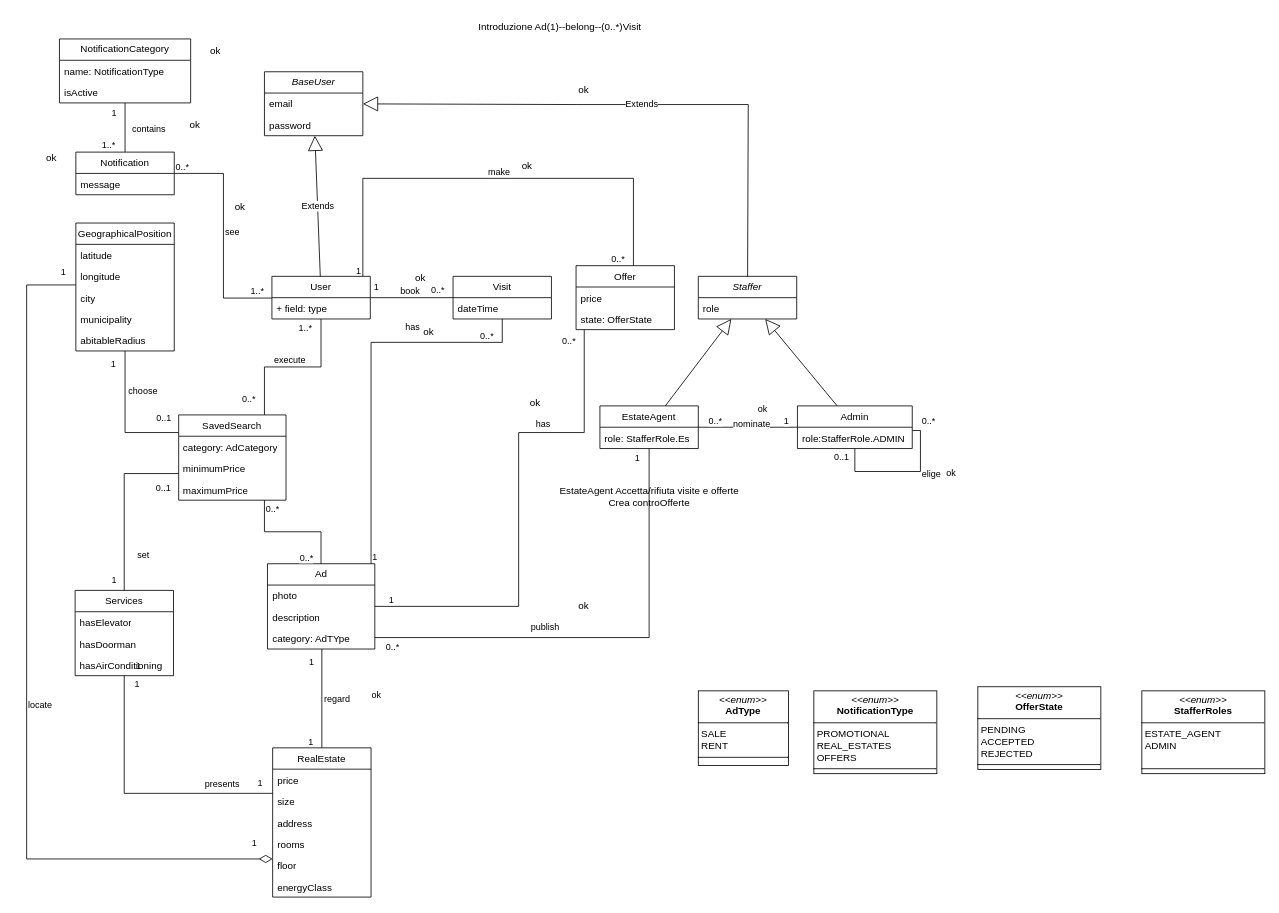
Above: page "DomainModelUltimate" (4 of 4) of documentazione/Diagrammi/diagrammi.drawio in PSP-DietiEstates25/DietiEstates25 (draw.io), before the change. Source tidied: cells renumbered, new cells numbered last; positions are measured from the earlier drawing's top-left corner, leaving out a move shared by most shapes. Both pictures are drawn from the tidied source at 82%, with x=0, y=0 at pixel (26, 14).
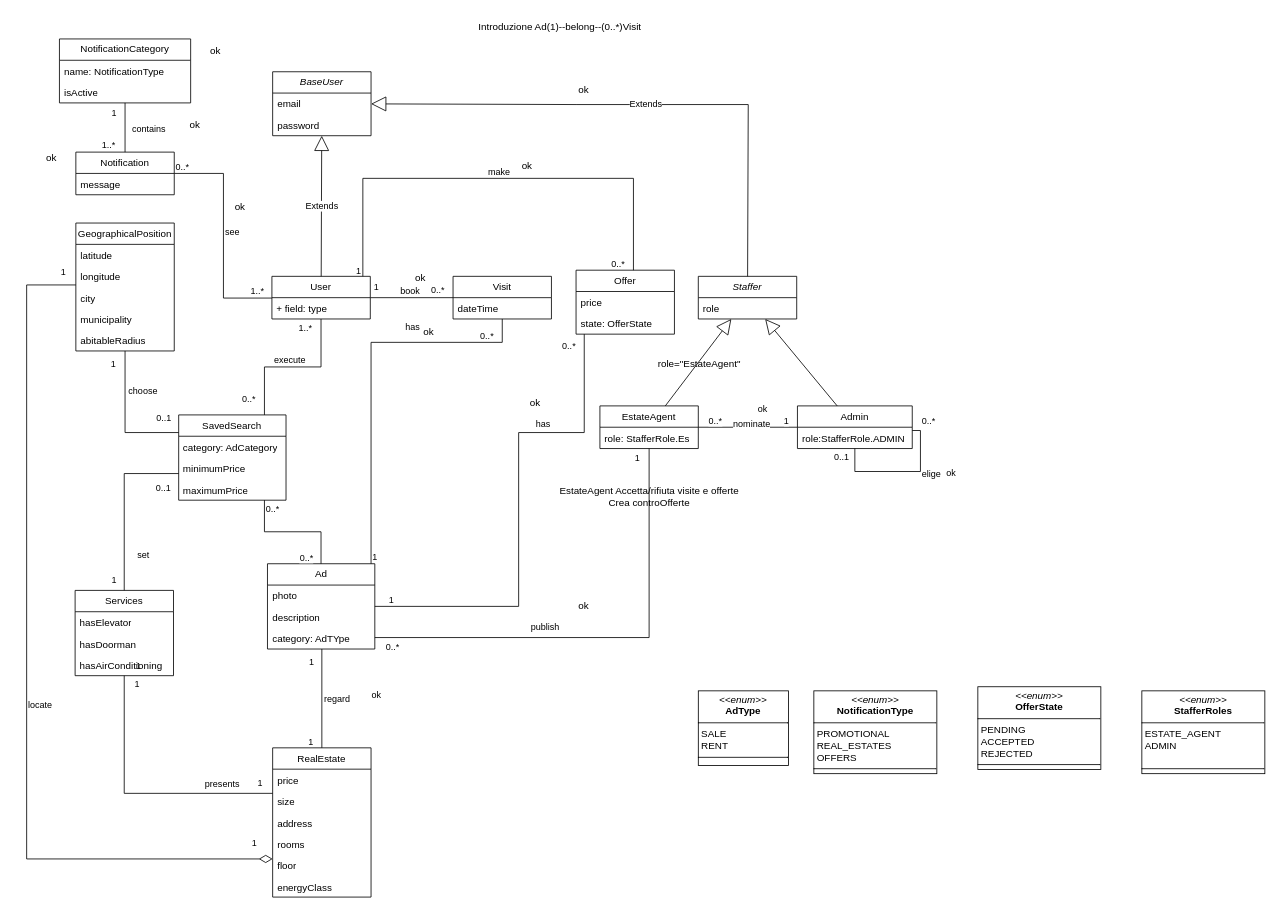
The same page after the edit.

What changed in the source:
```diff
@@
     <mxCell id="40" value="Offer" style="swimlane;fontStyle=0;horizontal=1;startSize=26;fillColor=none;whiteSpace=wrap;html=1;" parent="1" vertex="1">
-      <mxGeometry x="670" y="306.5" width="120" height="78" as="geometry" />
+      <mxGeometry x="670" y="312" width="120" height="78" as="geometry" />
     </mxCell>
@@
     <mxCell id="45" value="&lt;i&gt;BaseUser&lt;/i&gt;" style="swimlane;fontStyle=0;horizontal=1;startSize=26;fillColor=none;whiteSpace=wrap;html=1;" parent="1" vertex="1">
-      <mxGeometry x="290" y="70" width="120" height="78" as="geometry" />
+      <mxGeometry x="300" y="70" width="120" height="78" as="geometry" />
     </mxCell>
@@
+    <mxCell id="134" value="role=&quot;EstateAgent&lt;span style=&quot;background-color: transparent; color: light-dark(rgb(0, 0, 0), rgb(255, 255, 255));&quot;&gt;&quot;&lt;/span&gt;" style="text;html=1;align=center;verticalAlign=middle;strokeColor=none;fillColor=none;" parent="1" vertex="1">
+      <mxGeometry x="760" y="410.5" width="120" height="30" as="geometry" />
+    </mxCell>
```
